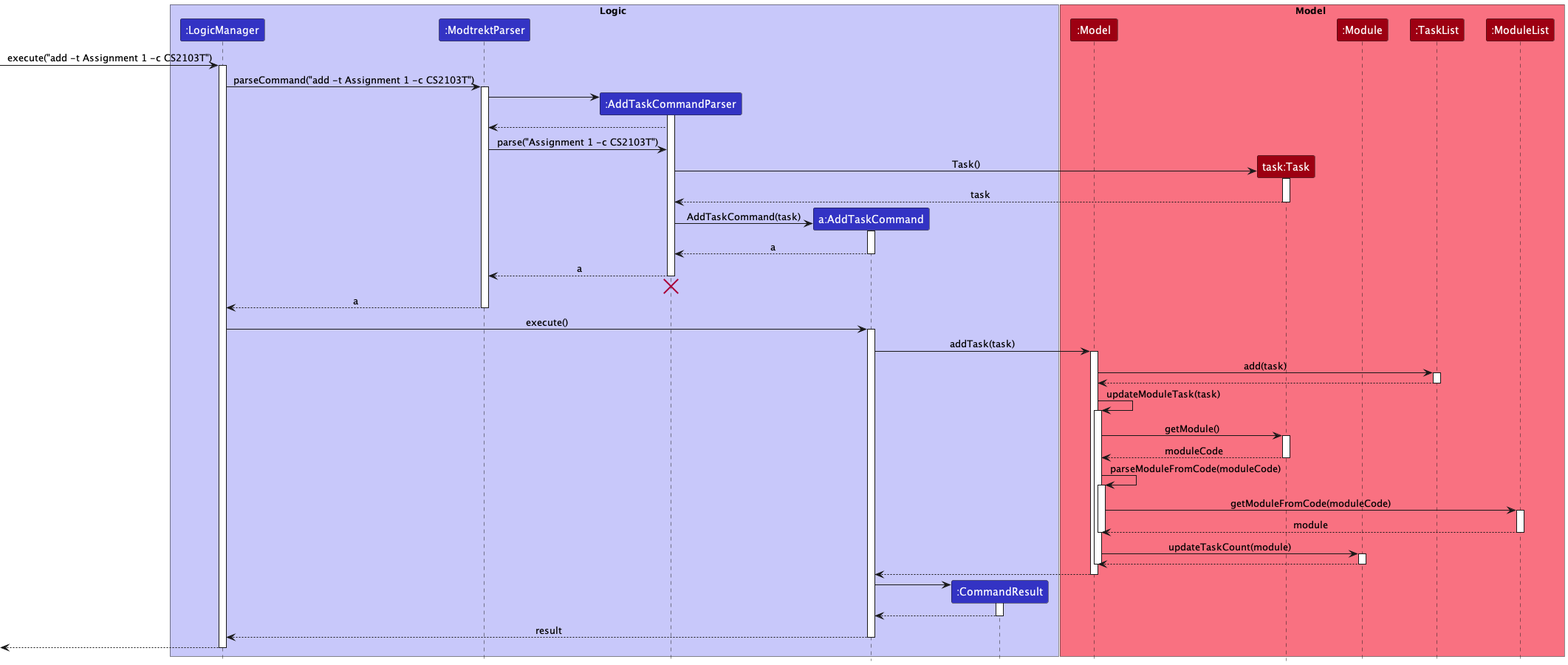
Earlier version of the PlantUML export docs/images/TaskPUMLs/AddTask/TaskAddSequenceDiagram.png (nus-cs2103-AY2223S1/tp).
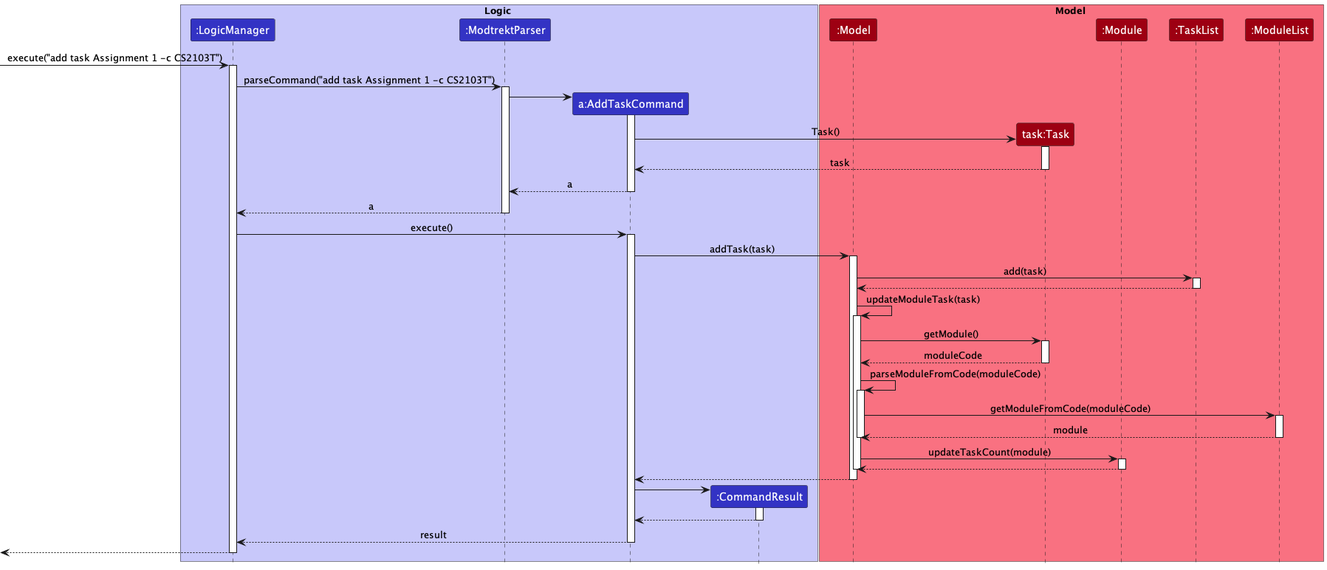
Later version of the same file.

Commit message:
refactor UG and diagrams for task and module adding

Change to the diagram source:
```diff
@@ -4,7 +4,6 @@
 box Logic LOGIC_COLOR_T1
 participant ":LogicManager" as LogicManager LOGIC_COLOR
 participant ":ModtrektParser" as ModtrektParser LOGIC_COLOR
-participant ":AddTaskCommandParser" as AddTaskCommandParser LOGIC_COLOR
 participant "a:AddTaskCommand" as AddTaskCommand LOGIC_COLOR
 participant ":CommandResult" as CommandResult LOGIC_COLOR
 
@@ -18,38 +17,26 @@
 participant ":ModuleList" as ModuleList MODEL_COLOR
 end box
 
-[-> LogicManager : execute("add -t Assignment 1 -c CS2103T")
+[-> LogicManager : execute("add task Assignment 1 -c CS2103T")
 activate LogicManager
 
-LogicManager -> ModtrektParser : parseCommand("add -t Assignment 1 -c CS2103T")
+LogicManager -> ModtrektParser : parseCommand("add task Assignment 1 -c CS2103T")
 activate ModtrektParser
 
-create AddTaskCommandParser
-ModtrektParser -> AddTaskCommandParser
-activate AddTaskCommandParser
-
-AddTaskCommandParser --> ModtrektParser
-
-ModtrektParser -> AddTaskCommandParser : parse("Assignment 1 -c CS2103T")
+create AddTaskCommand
+ModtrektParser -> AddTaskCommand
+activate AddTaskCommand
 
 create Task
-AddTaskCommandParser -> Task : Task()
+AddTaskCommand -> Task : Task()
 activate Task
 
-Task --> AddTaskCommandParser : task
+Task --> AddTaskCommand : task
 deactivate Task
 
-create AddTaskCommand
-AddTaskCommandParser -> AddTaskCommand : AddTaskCommand(task)
-activate AddTaskCommand
 
-AddTaskCommand --> AddTaskCommandParser : a
+AddTaskCommand --> ModtrektParser : a
 deactivate AddTaskCommand
-
-AddTaskCommandParser --> ModtrektParser : a
-deactivate AddTaskCommandParser
-AddTaskCommandParser -[hidden]-> ModtrektParser
-destroy AddTaskCommandParser
 
 ModtrektParser --> LogicManager : a
 deactivate ModtrektParser
```
